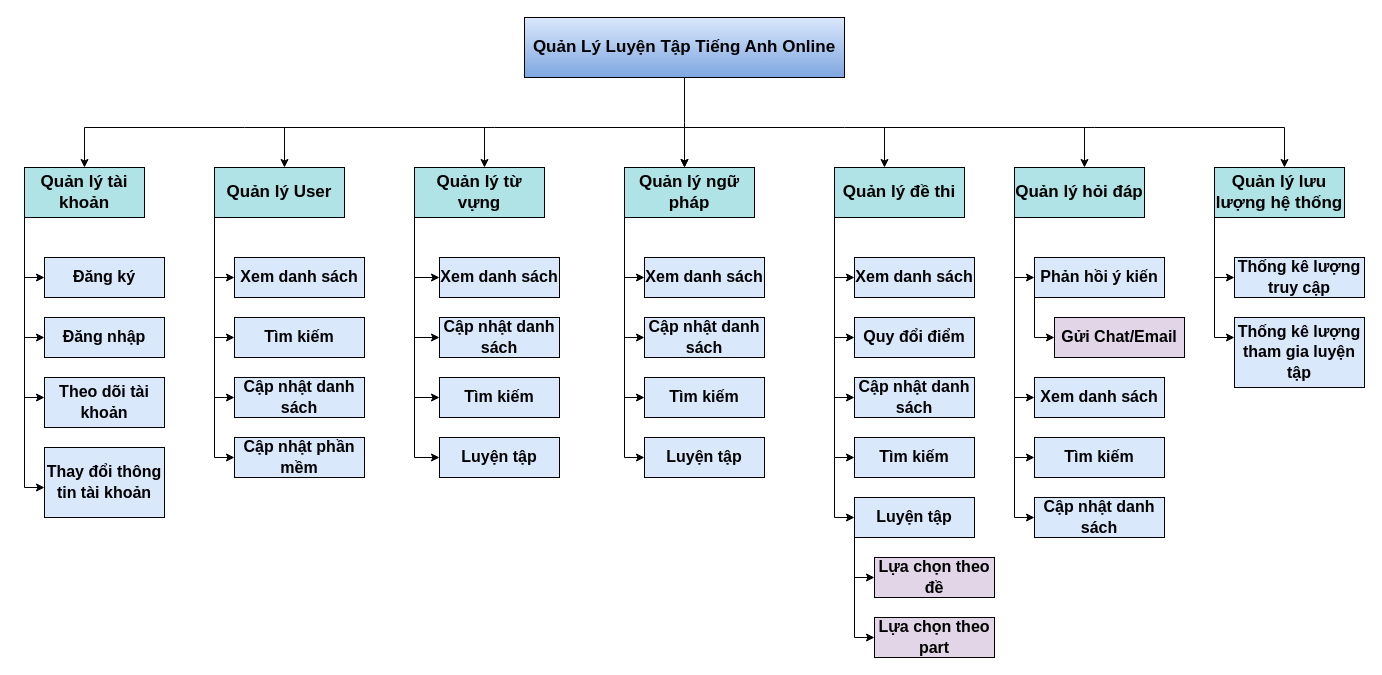
Above: page "BFD" (1 of 6) of ToeicTestProjectDiagram.drawio in KimOanh0310/ToeicTestProject (draw.io), before the change. Source tidied: cells renumbered, new cells numbered last; positions are measured from the earlier drawing's top-left corner, leaving out a move shared by most shapes. Both pictures are drawn from the tidied source at 100%, with x=0, y=0 at pixel (24, 17).
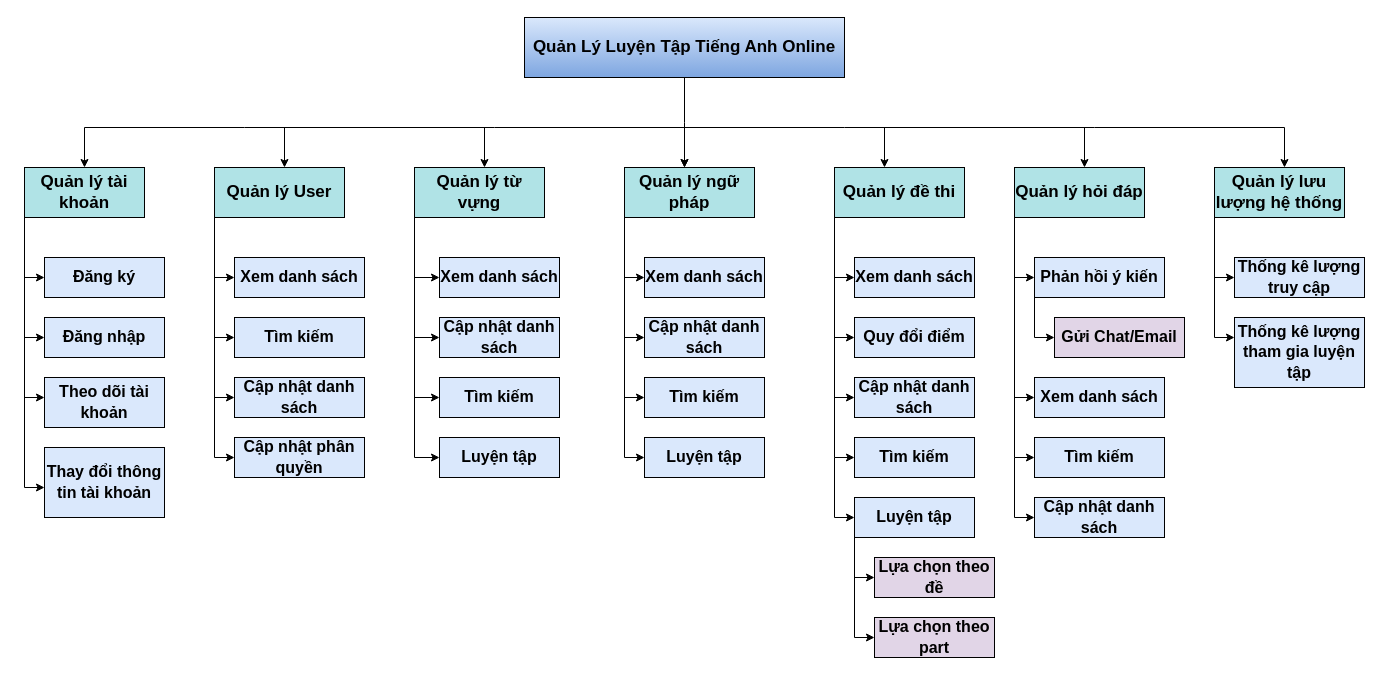
The same diagram, later.

Diff of the diagram source:
```diff
@@
-    <mxCell id="55" value="&lt;b&gt;&lt;font style=&quot;font-size: 16px;&quot;&gt;Cập nhật phần mềm&lt;/font&gt;&lt;/b&gt;" style="rounded=0;whiteSpace=wrap;html=1;fontSize=17;fillColor=#dae8fc;strokeColor=#000000;" parent="1" vertex="1">
+    <mxCell id="55" value="&lt;b&gt;&lt;font style=&quot;font-size: 16px;&quot;&gt;Cập nhật phân quyền&lt;/font&gt;&lt;/b&gt;" style="rounded=0;whiteSpace=wrap;html=1;fontSize=17;fillColor=#dae8fc;strokeColor=#000000;" parent="1" vertex="1">
       <mxGeometry x="210" y="420" width="130" height="40" as="geometry" />
     </mxCell>
```
